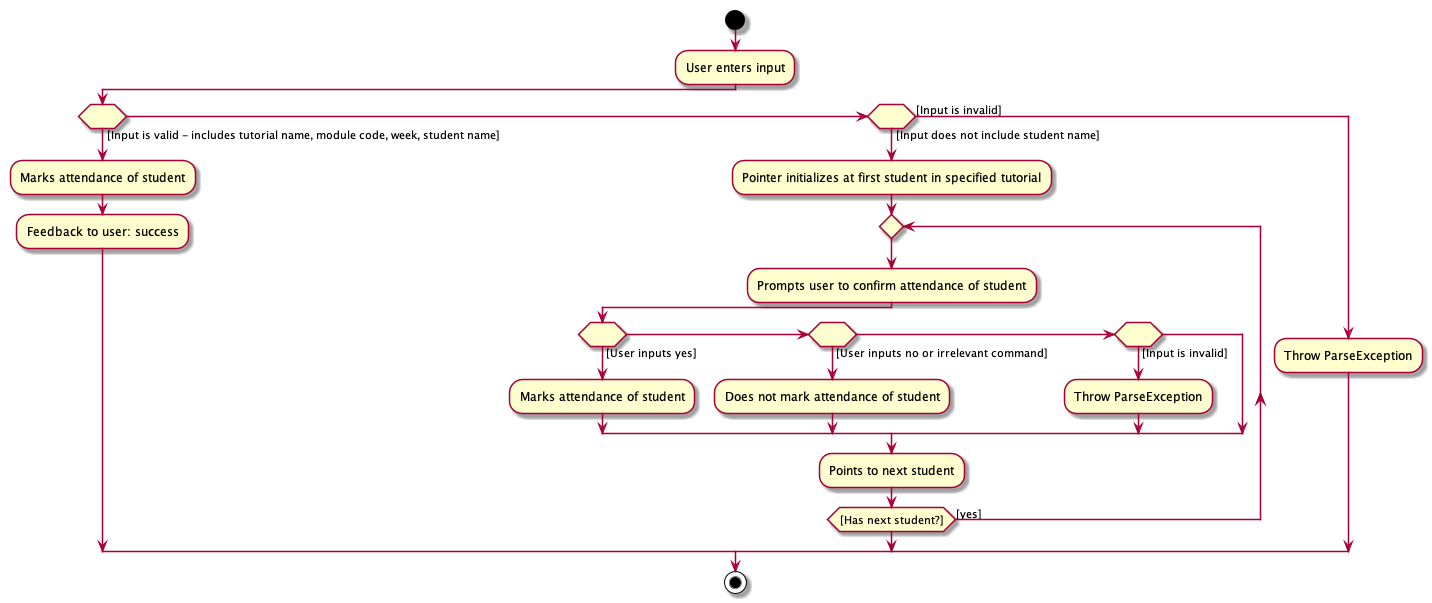
Earlier version of the PlantUML export docs/images/MarkAttendanceActivityDiagram.png (nus-cs2103-AY1920S1/addressbook-level3). The source it was exported from:
```plantuml
@startuml
start
:User enters input;
if ( ) then ([Input is valid - includes tutorial name, module code, week, student name])
  :Marks attendance of student;
  :Feedback to user: success;
elseif ( ) then ([Input does not include student name])
  :Pointer initializes at first student in specified tutorial;
  repeat
    :Prompts user to confirm attendance of student;
    if ( ) then ([User inputs yes])
      :Marks attendance of student;
    elseif ( ) then ([User inputs no or irrelevant command])
      :Does not mark attendance of student;
    elseif ( ) then ([Input is invalid])
      :Throw ParseException;
    endif
    :Points to next student;
  repeatWhile ([Has next student?]) is ([yes])
  ->no;
else ([Input is invalid])
  :Throw ParseException;
endif
stop
@enduml
```
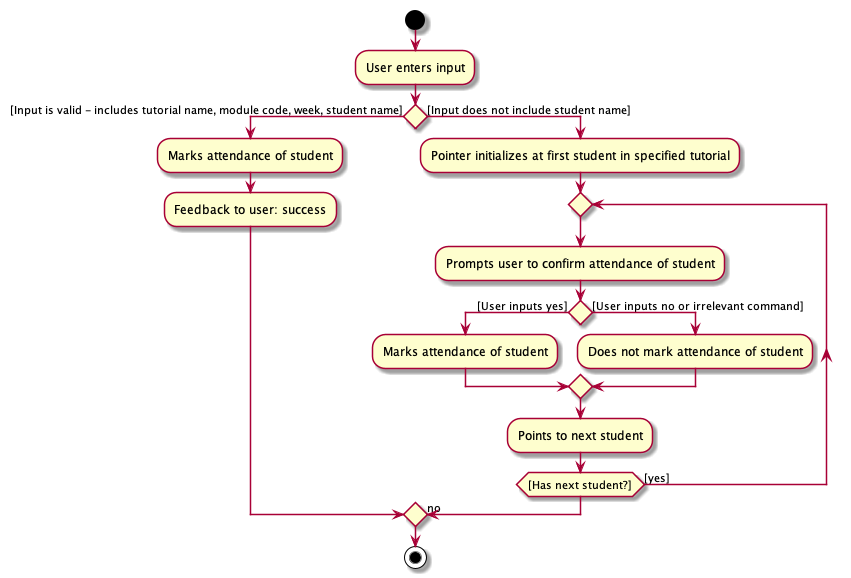
After the change.

The edit, as a diff of the source:
```diff
@@ -1,25 +1,21 @@
 @startuml
 start
 :User enters input;
-if ( ) then ([Input is valid - includes tutorial name, module code, week, student name])
+if () then ([Input is valid - includes tutorial name, module code, week, student name])
   :Marks attendance of student;
   :Feedback to user: success;
-elseif ( ) then ([Input does not include student name])
+else ([Input does not include student name])
   :Pointer initializes at first student in specified tutorial;
   repeat
     :Prompts user to confirm attendance of student;
-    if ( ) then ([User inputs yes])
+    if () then ([User inputs yes])
       :Marks attendance of student;
-    elseif ( ) then ([User inputs no or irrelevant command])
+    else ([User inputs no or irrelevant command])
       :Does not mark attendance of student;
-    elseif ( ) then ([Input is invalid])
-      :Throw ParseException;
     endif
     :Points to next student;
   repeatWhile ([Has next student?]) is ([yes])
   ->no;
-else ([Input is invalid])
-  :Throw ParseException;
 endif
 stop
 @enduml
```
